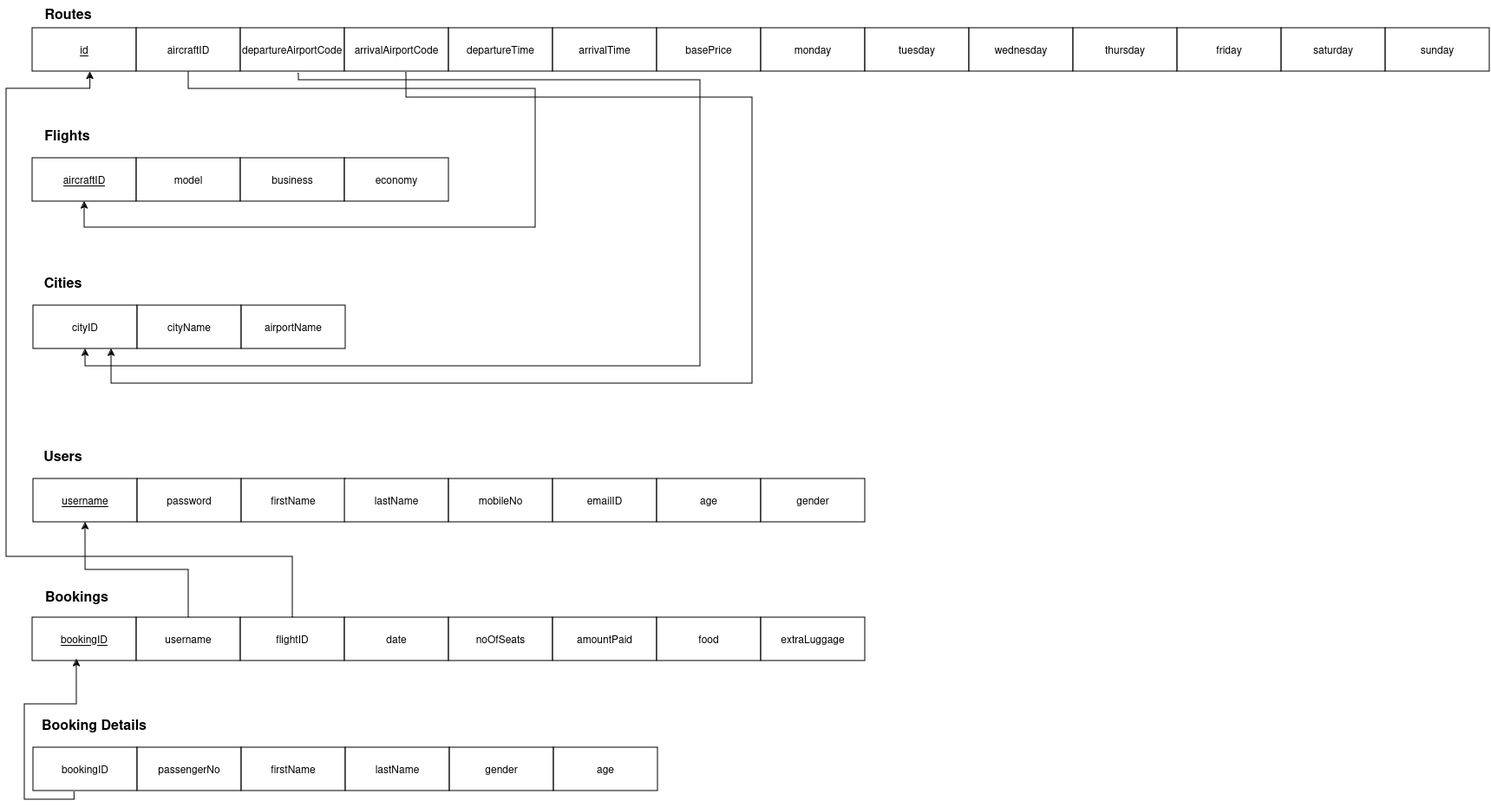
shelly-shells/airline-ticket keeps this draw.io diagram as assets/rschema.drawio.png. Above is the earlier version. Source tidied: cells renumbered, new cells last; positions are measured from the earlier drawing's top-left corner, leaving out a move shared by most shapes.
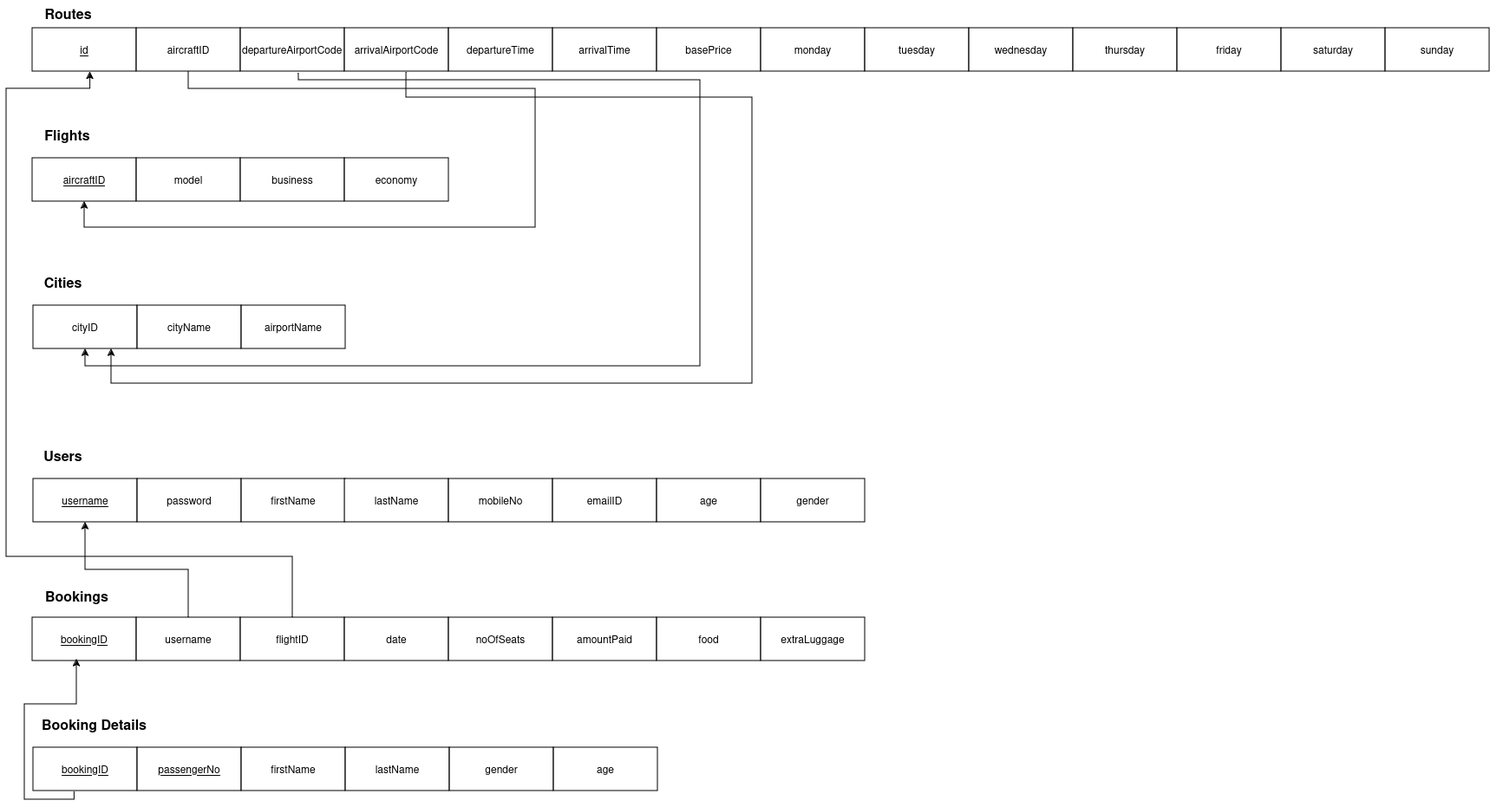
Later version of the same file.

Change to the diagram source:
```diff
@@ -171,10 +171,10 @@
         </Array>
       </mxGeometry>
     </mxCell>
-    <mxCell id="49" value="bookingID" style="rounded=0;whiteSpace=wrap;html=1;" parent="1" vertex="1">
+    <mxCell id="49" value="&lt;u&gt;bookingID&lt;/u&gt;" style="rounded=0;whiteSpace=wrap;html=1;" parent="1" vertex="1">
       <mxGeometry x="31" y="862" width="120" height="50" as="geometry" />
     </mxCell>
-    <mxCell id="50" value="passengerNo" style="rounded=0;whiteSpace=wrap;html=1;" parent="1" vertex="1">
+    <mxCell id="50" value="&lt;u&gt;passengerNo&lt;/u&gt;" style="rounded=0;whiteSpace=wrap;html=1;" parent="1" vertex="1">
       <mxGeometry x="151" y="862" width="120" height="50" as="geometry" />
     </mxCell>
     <mxCell id="51" value="firstName" style="rounded=0;whiteSpace=wrap;html=1;" parent="1" vertex="1">
```
